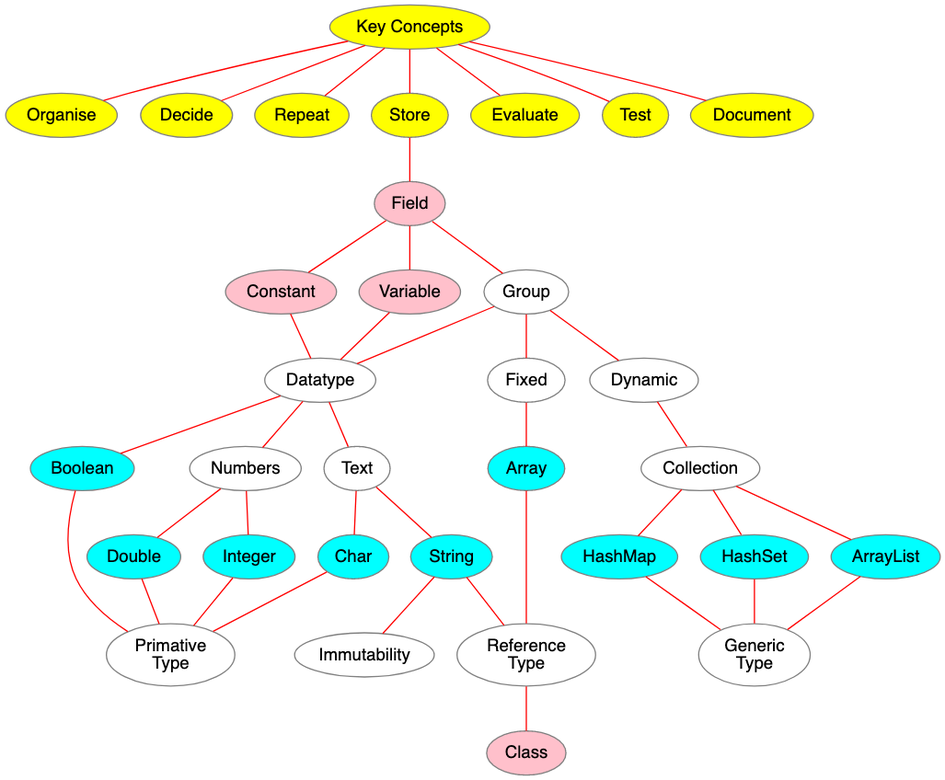
Before: kth-dd1337/dd1337-concept-store.png, a diagram exported from Graphviz (rjglasse/learning-maps). Its source is kept beside it as kth-dd1337/dd1337-concept-store.dot.
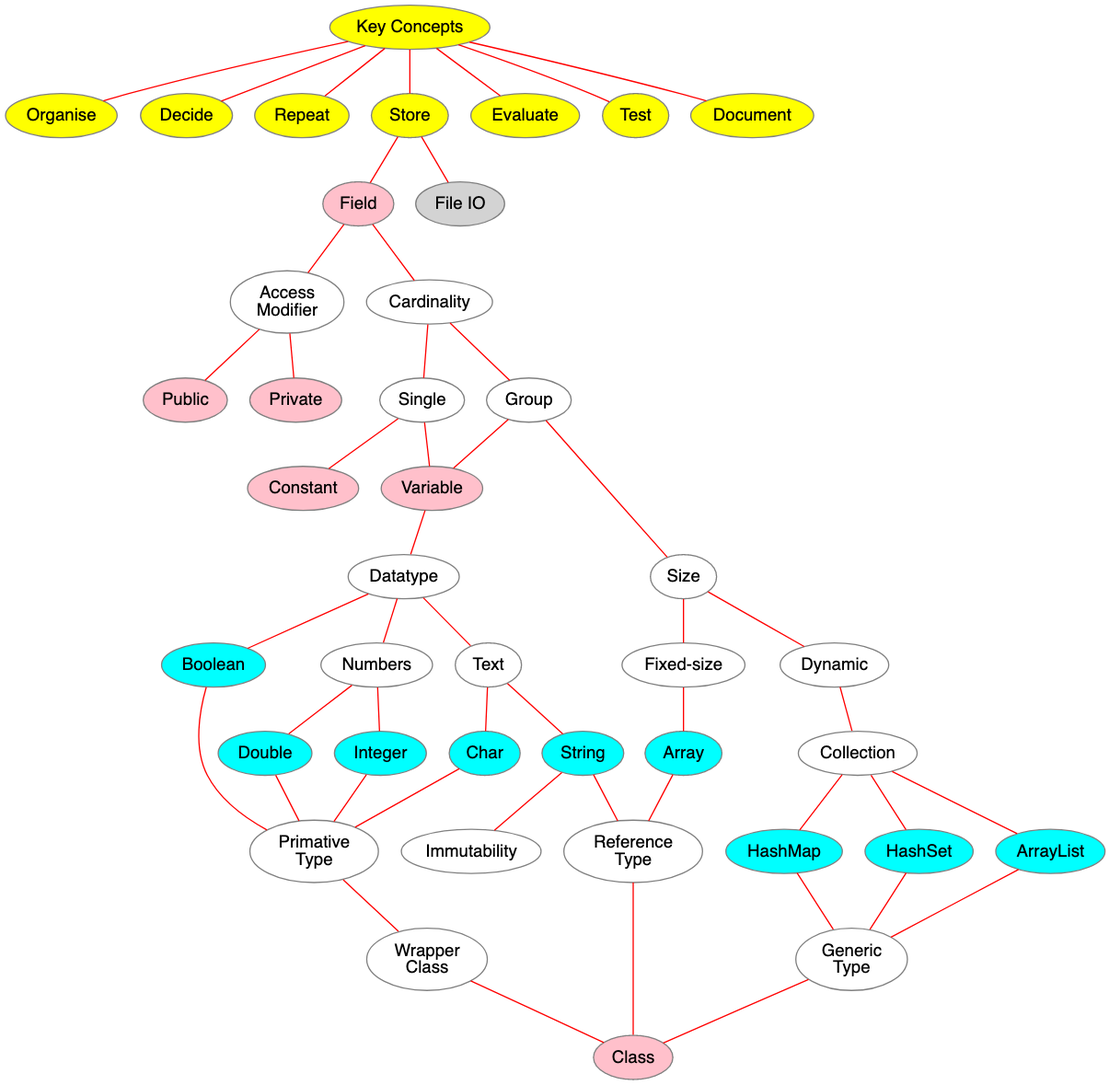
The same file after the commit.

Commit message:
Update learning map for DD1337-store

Change to the diagram source:
```diff
@@ -27,6 +27,8 @@
     Constant [fillcolor="pink"]
     Variable [fillcolor="pink"]
     Class [fillcolor="pink"]
+    Public [fillcolor="pink"]
+    Private [fillcolor="pink"]
     /* "If / Else" [fillcolor="pink"]
     Main  [fillcolor="pink"]
     Method [fillcolor="pink"]
@@ -71,9 +73,14 @@
     Behaviour -- Stages, Correctness, Infinity
     Stages -- Initialisation, Evaluation, Modification */
 
-    Store -- Field -- Constant, Variable, Group -- Datatype
-    Group -- Fixed, Dynamic
-    Fixed -- Array
+    Store -- Field
+    Field -- "Access\nModifier" -- Public, Private
+    Field -- Cardinality
+    Cardinality -- Single, Group -- Variable
+    Single -- Constant
+    Variable -- Datatype
+    Group -- "Fixed-size", Dynamic
+    "Fixed-size" -- Array
     Dynamic -- Collection
     Collection -- ArrayList, HashSet, HashMap
     Datatype -- Numbers, Text, Boolean
@@ -84,6 +91,9 @@
     Integer, Boolean, Char, Double -- "Primative\nType"
     ArrayList, HashSet, HashMap -- "Generic\nType"
     Array -- "Reference\nType"
+    "Primative\nType" -- "Wrapper\nClass"
+    "Wrapper\nClass" -- Class
+    "Generic\nType" -- Class
 
     /* Evaluate -- Compilation, Runtime, Operator, "Method\nCalling"
     Runtime -- Object, java, "Garbage\nCollection"
```
